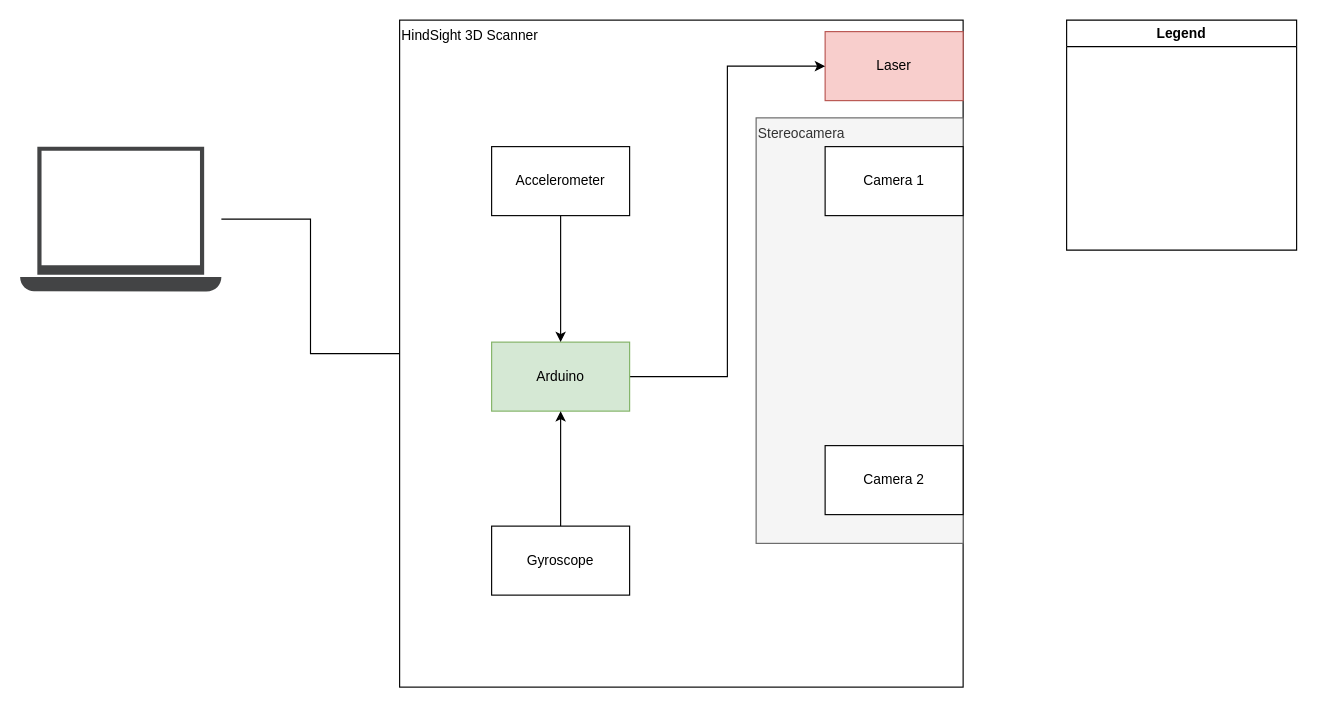
Earlier version of the draw.io diagram page "System Architecture" (1 of 3) of docs/HindSight_Architecture.drawio (raycemartin/HindSight). Source tidied: cells renumbered, new cells numbered last; positions are measured from the earlier drawing's top-left corner, leaving out a move shared by most shapes. Both pictures are drawn from the tidied source at 115%, with x=0, y=0 at pixel (20, 20).
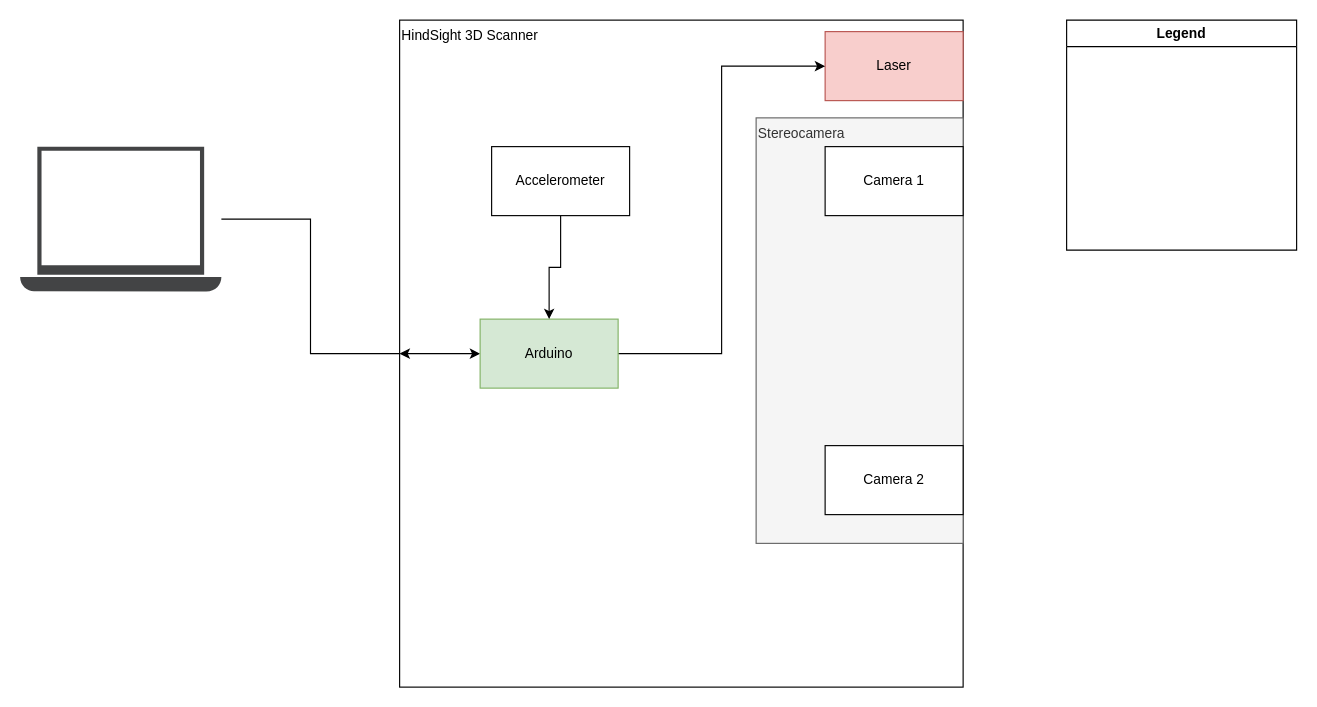
Above is the later version.

Change to the diagram source:
```diff
@@
 <mxGraphModel>
   <root>
     <mxCell id="0" />
     <mxCell id="1" parent="0" />
     <mxCell id="2" style="edgeStyle=orthogonalEdgeStyle;rounded=0;jettySize=auto;html=1;exitX=0;exitY=0.5;exitDx=0;exitDy=0;endArrow=none;startFill=0;" parent="1" edge="1" source="3" target="14">
       <mxGeometry relative="1" as="geometry" />
     </mxCell>
     <mxCell id="3" value="HindSight 3D Scanner" style="rounded=0;whiteSpace=wrap;html=1;align=left;verticalAlign=top;" parent="1" vertex="1">
       <mxGeometry x="330" width="490" height="580" as="geometry" />
     </mxCell>
     <mxCell id="4" value="Laser" style="rounded=0;whiteSpace=wrap;html=1;fillColor=#f8cecc;strokeColor=#b85450;" parent="1" vertex="1">
       <mxGeometry x="700" y="10" width="120" height="60" as="geometry" />
     </mxCell>
     <mxCell id="5" value="Stereocamera" style="rounded=0;whiteSpace=wrap;html=1;align=left;verticalAlign=top;fillColor=#f5f5f5;fontColor=#333333;strokeColor=#666666;" parent="1" vertex="1">
       <mxGeometry x="640" y="85" width="180" height="370" as="geometry" />
     </mxCell>
     <mxCell id="6" value="Camera 1" style="rounded=0;whiteSpace=wrap;html=1;" parent="1" vertex="1">
       <mxGeometry x="700" y="110" width="120" height="60" as="geometry" />
     </mxCell>
     <mxCell id="7" value="Camera 2" style="rounded=0;whiteSpace=wrap;html=1;" parent="1" vertex="1">
       <mxGeometry x="700" y="370" width="120" height="60" as="geometry" />
     </mxCell>
     <mxCell id="8" style="edgeStyle=orthogonalEdgeStyle;rounded=0;jettySize=auto;html=1;exitX=1;exitY=0.5;exitDx=0;exitDy=0;entryX=0;entryY=0.5;entryDx=0;entryDy=0;" parent="1" edge="1" source="9" target="4">
       <mxGeometry relative="1" as="geometry" />
     </mxCell>
+    <mxCell id="16" style="edgeStyle=orthogonalEdgeStyle;rounded=0;jettySize=auto;html=1;exitX=0;exitY=0.5;exitDx=0;exitDy=0;entryX=0;entryY=0.5;entryDx=0;entryDy=0;endArrow=classic;startFill=1;startArrow=classic;endFill=1;" parent="1" edge="1" source="9" target="3">
+      <mxGeometry relative="1" as="geometry">
+        <Array as="points">
+          <mxPoint x="400" y="290" />
+          <mxPoint x="400" y="290" />
+        </Array>
+      </mxGeometry>
+    </mxCell>
     <mxCell id="9" value="Arduino" style="rounded=0;whiteSpace=wrap;html=1;fillColor=#d5e8d4;strokeColor=#82b366;" parent="1" vertex="1">
-      <mxGeometry x="410" y="280" width="120" height="60" as="geometry" />
+      <mxGeometry x="400" y="260" width="120" height="60" as="geometry" />
     </mxCell>
     <mxCell id="10" style="edgeStyle=orthogonalEdgeStyle;rounded=0;jettySize=auto;html=1;exitX=0.5;exitY=1;exitDx=0;exitDy=0;entryX=0.5;entryY=0;entryDx=0;entryDy=0;" parent="1" edge="1" source="11" target="9">
       <mxGeometry relative="1" as="geometry" />
     </mxCell>
     <mxCell id="11" value="Accelerometer" style="rounded=0;whiteSpace=wrap;html=1;" parent="1" vertex="1">
       <mxGeometry x="410" y="110" width="120" height="60" as="geometry" />
     </mxCell>
-    <mxCell id="12" style="edgeStyle=orthogonalEdgeStyle;rounded=0;jettySize=auto;html=1;exitX=0.5;exitY=0;exitDx=0;exitDy=0;entryX=0.5;entryY=1;entryDx=0;entryDy=0;" parent="1" edge="1" source="13" target="9">
-      <mxGeometry relative="1" as="geometry" />
-    </mxCell>
-    <mxCell id="13" value="Gyroscope" style="rounded=0;whiteSpace=wrap;html=1;" parent="1" vertex="1">
-      <mxGeometry x="410" y="440" width="120" height="60" as="geometry" />
-    </mxCell>
     <mxCell id="14" style="sketch=0;shadow=0;dashed=0;html=1;strokeColor=none;fillColor=#434445;labelPosition=center;verticalLabelPosition=bottom;verticalAlign=top;align=center;outlineConnect=0;shape=mxgraph.vvd.laptop;" parent="1" vertex="1">
       <mxGeometry y="110" width="175" height="126" as="geometry" />
     </mxCell>
     <mxCell id="15" value="Legend" style="swimlane;whiteSpace=wrap;html=1;fillColor=#FFFFFF;" parent="1" vertex="1">
       <mxGeometry x="910" width="200" height="200" as="geometry" />
     </mxCell>
   </root>
 </mxGraphModel>
```
